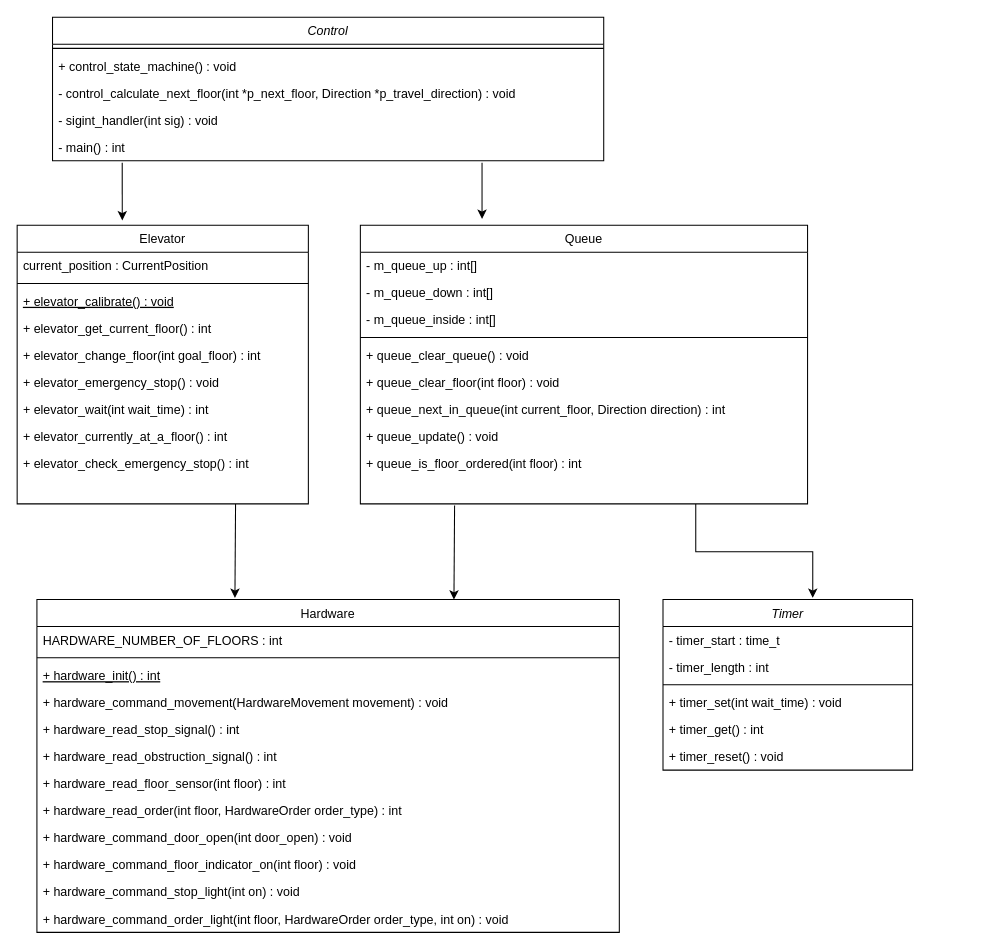
Before: klassediagram.drawio in thomabsk/heislab, a draw.io diagram. Source tidied: cells renumbered, new cells numbered last; positions are measured from the earlier drawing's top-left corner, leaving out a move shared by most shapes. Both pictures are drawn from the tidied source at 104%, with x=0, y=0 at pixel (17, 17).
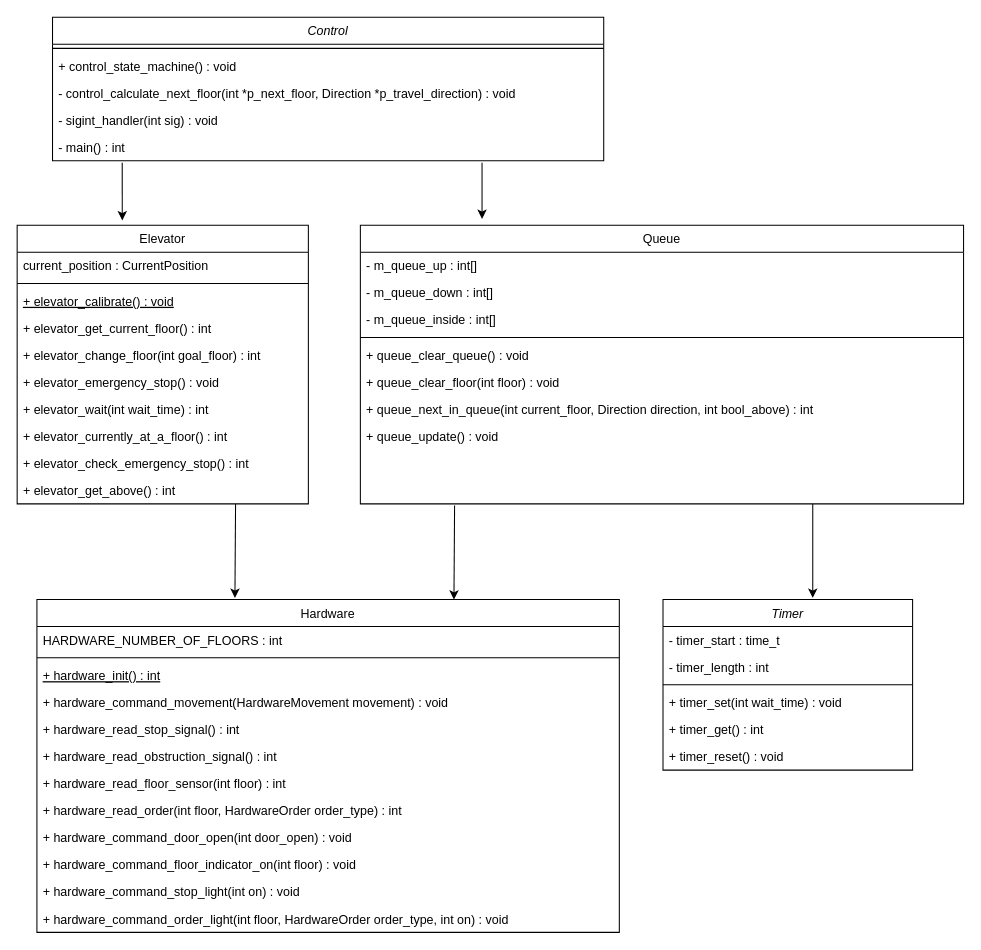
The same diagram, later.

Commit message (it also covers changes not shown here):
Added state diagram, updated klassediagram

The change refers to these unchanged cells:
```xml
<mxCell id="8" value="Elevator" style="swimlane;fontStyle=0;align=center;verticalAlign=top;horizontal=1;startSize=26;rounded=0;shadow=0;strokeWidth=1;" parent="1" vertex="1">
  <mxGeometry y="200" width="280" height="268" as="geometry" />
</mxCell>
```

The edit, as a diff of the source:
```diff
@@
+    <mxCell id="53" value="+ elevator_get_above() : int" style="text;align=left;verticalAlign=top;spacingLeft=4;spacingRight=4;overflow=hidden;" parent="8" vertex="1">
+      <mxGeometry y="242" width="280" height="26" as="geometry" />
+    </mxCell>
@@
     <mxCell id="19" value="Queue" style="swimlane;fontStyle=0;align=center;verticalAlign=top;horizontal=1;startSize=26;rounded=0;shadow=0;strokeWidth=1;" parent="1" vertex="1">
-      <mxGeometry x="330" y="200" width="430" height="268" as="geometry" />
+      <mxGeometry x="330" y="200" width="580" height="268" as="geometry" />
     </mxCell>
     <mxCell id="20" value="- m_queue_up : int[]" style="text;align=left;verticalAlign=top;spacingLeft=4;spacingRight=4;overflow=hidden;rounded=0;shadow=0;html=0;" parent="19" vertex="1">
-      <mxGeometry y="26" width="430" height="26" as="geometry" />
+      <mxGeometry y="26" width="580" height="26" as="geometry" />
     </mxCell>
     <mxCell id="21" value="- m_queue_down : int[]" style="text;align=left;verticalAlign=top;spacingLeft=4;spacingRight=4;overflow=hidden;rounded=0;shadow=0;html=0;" parent="19" vertex="1">
-      <mxGeometry y="52" width="430" height="26" as="geometry" />
+      <mxGeometry y="52" width="580" height="26" as="geometry" />
     </mxCell>
     <mxCell id="22" value="- m_queue_inside : int[]" style="text;align=left;verticalAlign=top;spacingLeft=4;spacingRight=4;overflow=hidden;rounded=0;shadow=0;html=0;" parent="19" vertex="1">
-      <mxGeometry y="78" width="430" height="26" as="geometry" />
+      <mxGeometry y="78" width="580" height="26" as="geometry" />
     </mxCell>
     <mxCell id="23" style="line;html=1;strokeWidth=1;align=left;verticalAlign=middle;spacingTop=-1;spacingLeft=3;spacingRight=3;labelPosition=right;" parent="19" vertex="1">
-      <mxGeometry y="104" width="430" height="8" as="geometry" />
+      <mxGeometry y="104" width="580" height="8" as="geometry" />
     </mxCell>
     <mxCell id="24" value="+ queue_clear_queue() : void" style="text;align=left;verticalAlign=top;spacingLeft=4;spacingRight=4;overflow=hidden;" parent="19" vertex="1">
-      <mxGeometry y="112" width="430" height="26" as="geometry" />
+      <mxGeometry y="112" width="580" height="26" as="geometry" />
     </mxCell>
     <mxCell id="25" value="+ queue_clear_floor(int floor) : void" style="text;align=left;verticalAlign=top;spacingLeft=4;spacingRight=4;overflow=hidden;" parent="19" vertex="1">
-      <mxGeometry y="138" width="430" height="26" as="geometry" />
+      <mxGeometry y="138" width="580" height="26" as="geometry" />
     </mxCell>
-    <mxCell id="26" value="+ queue_next_in_queue(int current_floor, Direction direction) : int" style="text;align=left;verticalAlign=top;spacingLeft=4;spacingRight=4;overflow=hidden;" parent="19" vertex="1">
-      <mxGeometry y="164" width="430" height="26" as="geometry" />
+    <mxCell id="26" value="+ queue_next_in_queue(int current_floor, Direction direction, int bool_above) : int" style="text;align=left;verticalAlign=top;spacingLeft=4;spacingRight=4;overflow=hidden;" parent="19" vertex="1">
+      <mxGeometry y="164" width="580" height="26" as="geometry" />
     </mxCell>
     <mxCell id="27" value="+ queue_update() : void" style="text;align=left;verticalAlign=top;spacingLeft=4;spacingRight=4;overflow=hidden;" parent="19" vertex="1">
-      <mxGeometry y="190" width="430" height="26" as="geometry" />
+      <mxGeometry y="190" width="580" height="26" as="geometry" />
     </mxCell>
-    <mxCell id="28" value="+ queue_is_floor_ordered(int floor) : int" style="text;align=left;verticalAlign=top;spacingLeft=4;spacingRight=4;overflow=hidden;" parent="19" vertex="1">
-      <mxGeometry y="216" width="430" height="26" as="geometry" />
-    </mxCell>
```
